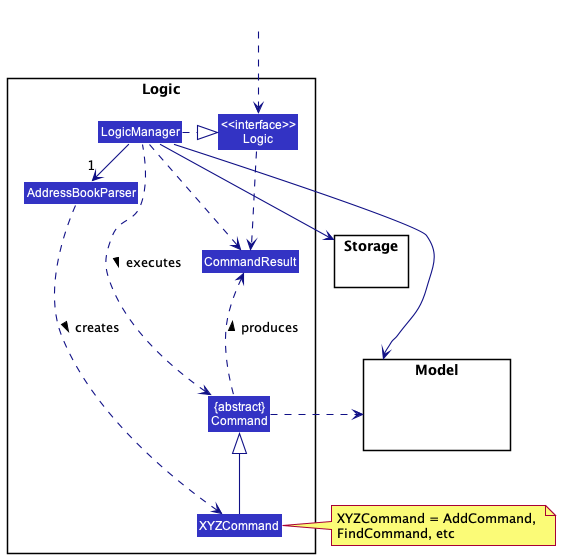
nus-cs2103-AY2223S2/tp keeps this PlantUML diagram as docs/images/LogicClassDiagram.png. Above is the earlier version.
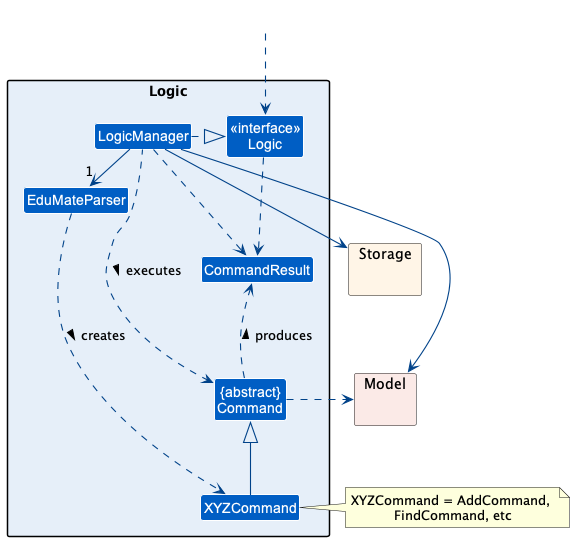
After the commit.

Change to the diagram source:
```diff
@@ -1,12 +1,12 @@
 @startuml
 !include style.puml
 skinparam arrowThickness 1.1
-skinparam arrowColor LOGIC_COLOR_T4
+skinparam arrowColor LOGIC_COLOR_DARK
 skinparam classBackgroundColor LOGIC_COLOR
 
-package Logic {
+package Logic LOGIC_COLOR_BACKGROUND {
 
-Class AddressBookParser
+Class EduMateParser
 Class XYZCommand
 Class CommandResult
 Class "{abstract}\nCommand" as Command
@@ -16,19 +16,18 @@
 Class LogicManager
 }
 
-package Model{
-Class HiddenModel #FFFFFF
+package Model MODEL_COLOR_BACKGROUND {
 }
 
-package Storage{
+package Storage STORAGE_COLOR_BACKGROUND {
 }
 
 Class HiddenOutside #FFFFFF
 HiddenOutside ..> Logic
 
 LogicManager .right.|> Logic
-LogicManager -right->"1" AddressBookParser
-AddressBookParser ..> XYZCommand : creates >
+LogicManager -right->"1" EduMateParser
+EduMateParser ..> XYZCommand : creates >
 
 XYZCommand -up-|> Command
 LogicManager .left.> Command : executes >
```
